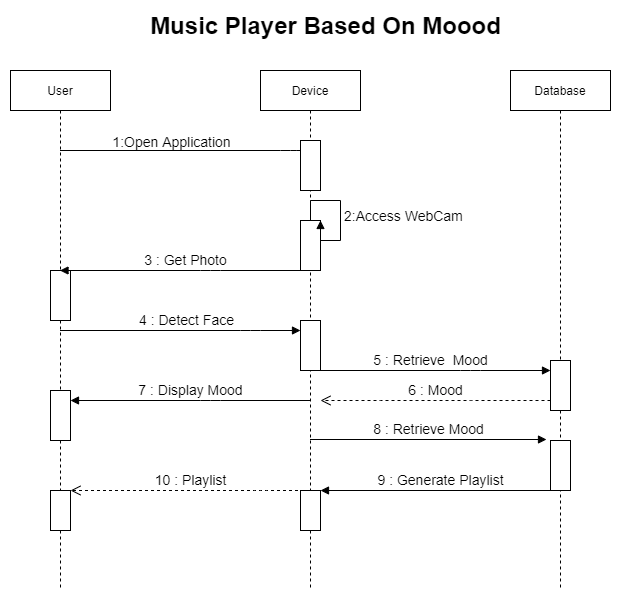
Earlier version of the draw.io export Diagrams/Sequence Dig/Sequence Dig.drawio.png (atharvagangrade10/Draw.io). Source tidied: cells renumbered, new cells last; positions are measured from the earlier drawing's top-left corner, leaving out a move shared by most shapes.
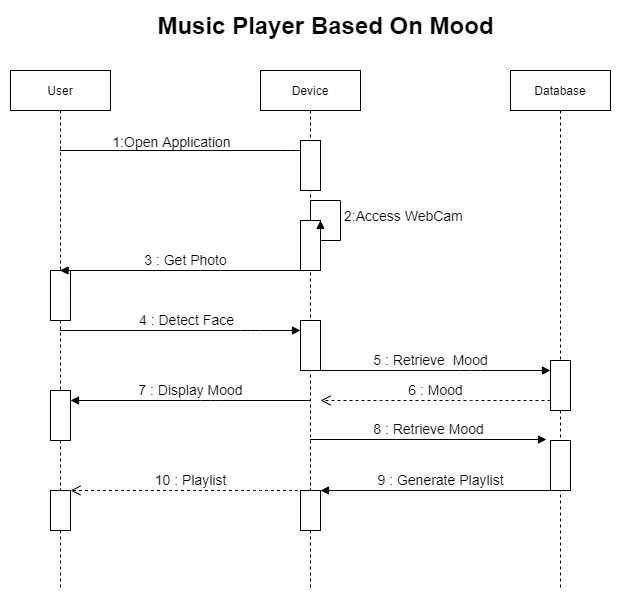
After the commit.

Diff of the diagram source:
```diff
@@ -117,7 +117,7 @@
         </Array>
       </mxGeometry>
     </mxCell>
-    <mxCell id="25" value="Music Player Based On Moood" style="text;strokeColor=none;fillColor=none;html=1;fontSize=24;fontStyle=1;verticalAlign=middle;align=center;" parent="1" vertex="1">
+    <mxCell id="25" value="Music Player Based On Mood" style="text;strokeColor=none;fillColor=none;html=1;fontSize=24;fontStyle=1;verticalAlign=middle;align=center;" parent="1" vertex="1">
       <mxGeometry x="110" width="410" height="30" as="geometry" />
     </mxCell>
   </root>
```
